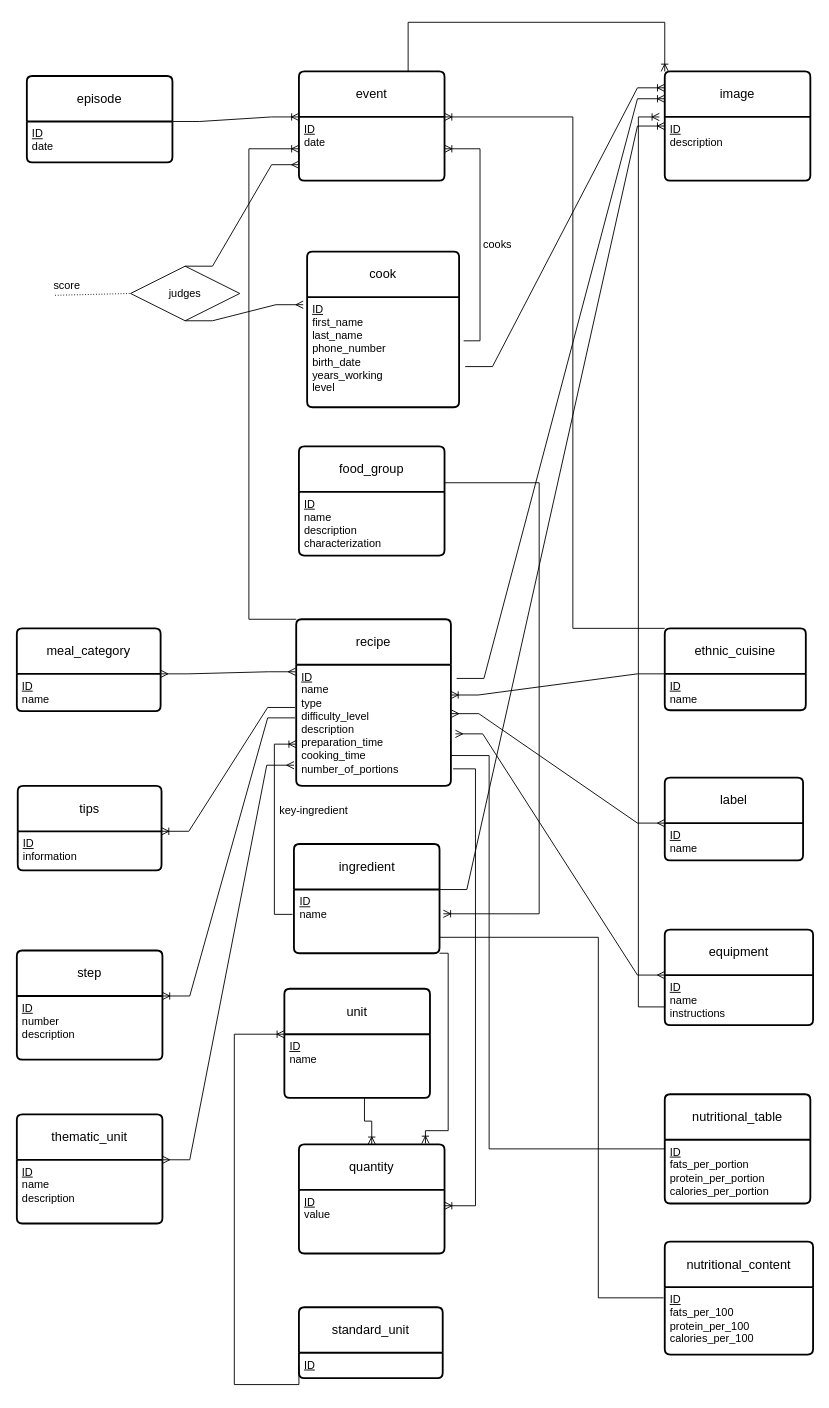
The draw.io diagram er_diagram.drawio in myrto-orf/DataBases, before the edit. Source tidied: cells renumbered, new cells numbered last; positions are measured from the earlier drawing's top-left corner, leaving out a move shared by most shapes. Both pictures are drawn from the tidied source at 91%, with x=0, y=0 at pixel (16, 22).
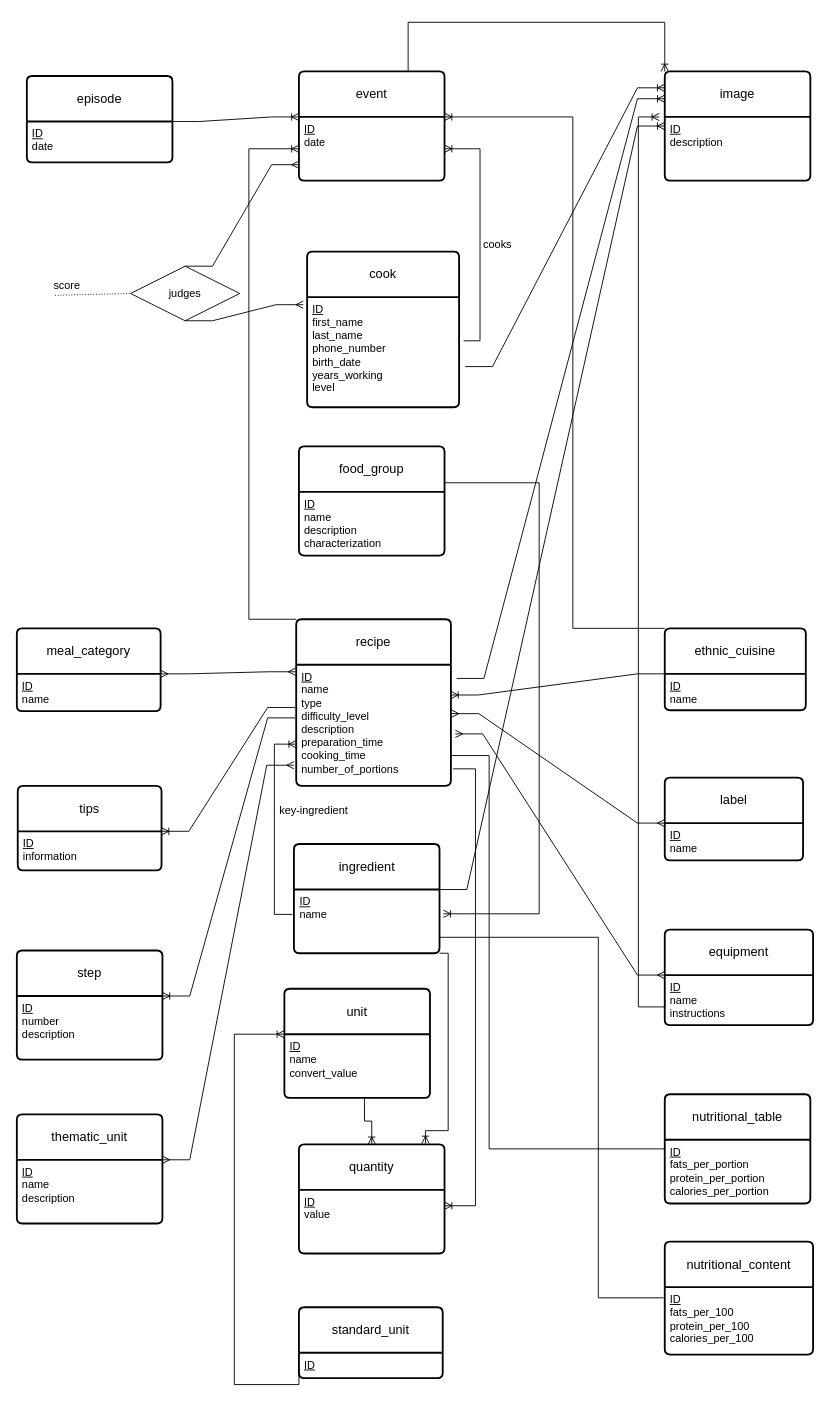
The same page after the edit.

The change refers to these unchanged cells:
```xml
<mxCell id="18" value="unit" style="swimlane;horizontal=1;startSize=50;rounded=1;fontSize=14;fontStyle=0;strokeWidth=2;shadow=0;dashed=0;align=center;arcSize=4;whiteSpace=wrap;html=1;" parent="1" vertex="1">
  <mxGeometry x="294" y="1062" width="160" height="120" as="geometry" />
</mxCell>
```

The edit, as a diff of the source:
```diff
@@
-    <mxCell id="19" value="&lt;u&gt;ID&lt;/u&gt;&lt;div&gt;name&lt;/div&gt;&lt;div&gt;&lt;br&gt;&lt;/div&gt;" style="align=left;strokeColor=none;fillColor=none;spacingLeft=4;fontSize=12;verticalAlign=top;html=1;" parent="18" vertex="1">
+    <mxCell id="19" value="&lt;u&gt;ID&lt;/u&gt;&lt;div&gt;name&lt;/div&gt;&lt;div&gt;convert_value&lt;/div&gt;" style="align=left;strokeColor=none;fillColor=none;spacingLeft=4;fontSize=12;verticalAlign=top;html=1;" parent="18" vertex="1">
       <mxGeometry y="50" width="160" height="70" as="geometry" />
     </mxCell>
```
